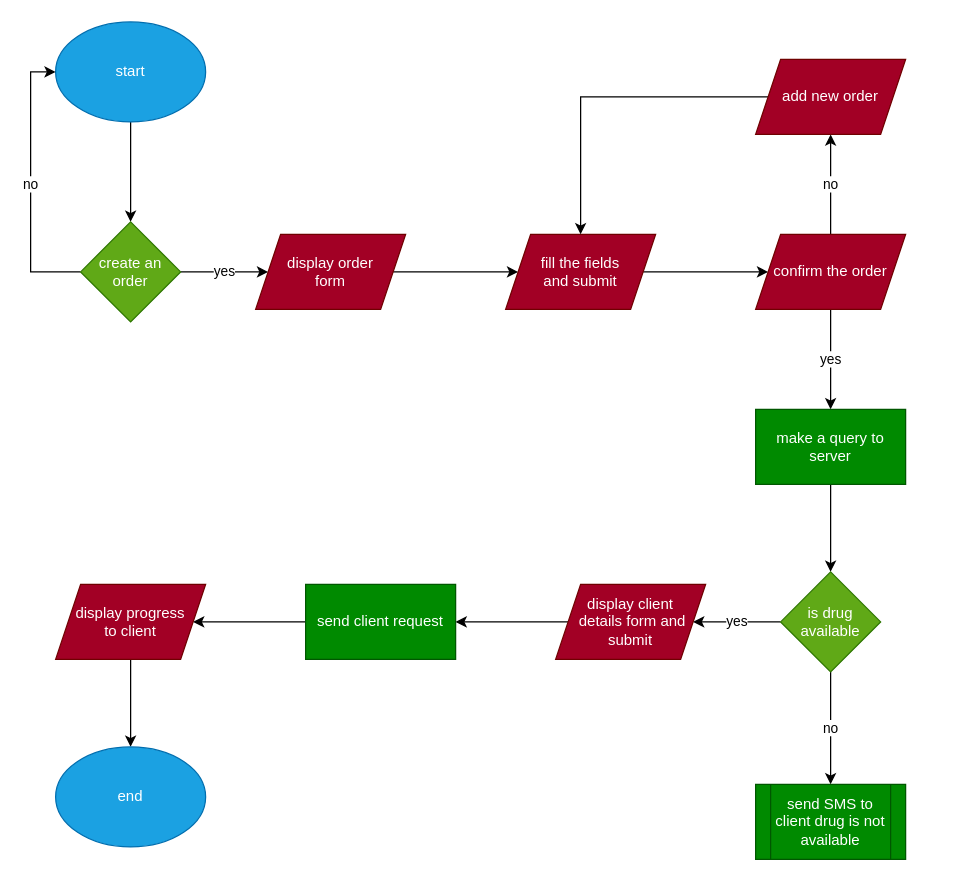
Above: userFlow.drawio in seventhlegion/SE_Diagrams (draw.io), before the change. Source tidied: cells renumbered, new cells numbered last; positions are measured from the earlier drawing's top-left corner, leaving out a move shared by most shapes. Both pictures are drawn from the tidied source at 125%, with x=0, y=0 at pixel (30, 21).
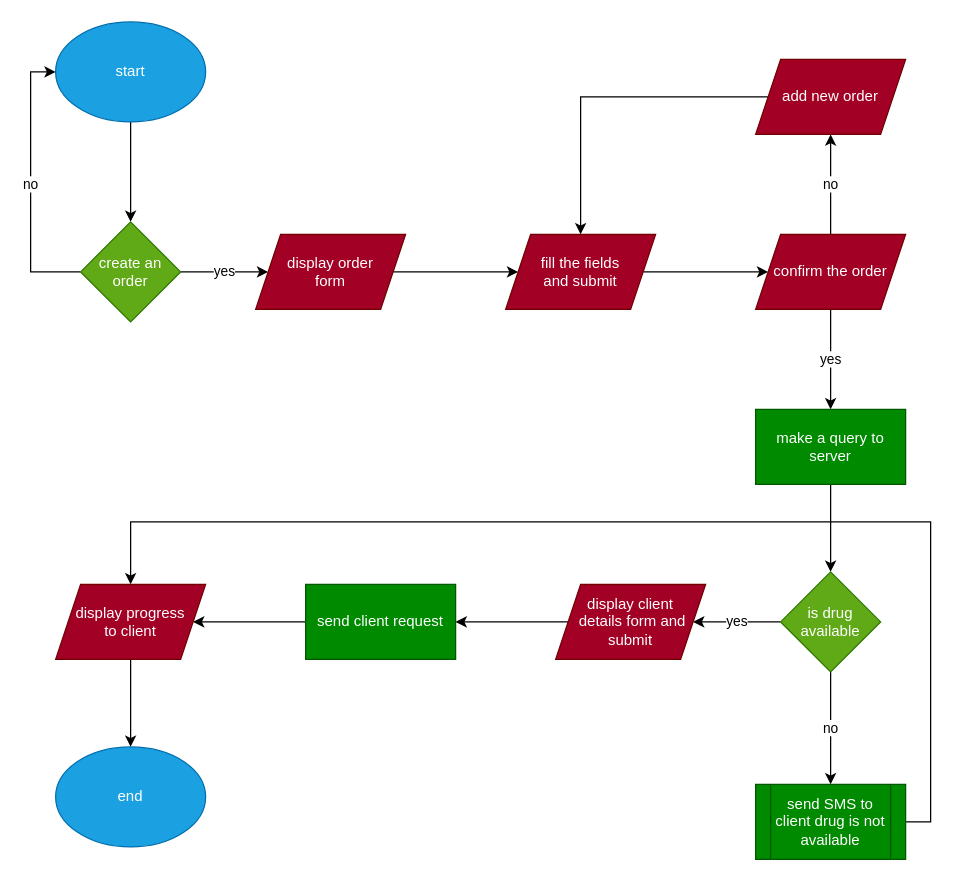
Above is the later version.

Unchanged cells that the change refers to:
```xml
<mxCell id="23" value="send SMS to client drug is not available" style="shape=process;whiteSpace=wrap;html=1;backgroundOutline=1;fillColor=#008a00;strokeColor=#005700;fontColor=#ffffff;" parent="1" vertex="1">
  <mxGeometry x="580" y="610" width="120" height="60" as="geometry" />
</mxCell>
<mxCell id="27" value="display progress&lt;br&gt;to client" style="shape=parallelogram;perimeter=parallelogramPerimeter;whiteSpace=wrap;html=1;fixedSize=1;fillColor=#a20025;strokeColor=#6F0000;fontColor=#ffffff;" parent="1" vertex="1">
  <mxGeometry x="20" y="450" width="120" height="60" as="geometry" />
</mxCell>
```

Change to the diagram source:
```diff
@@
+    <mxCell id="29" style="edgeStyle=orthogonalEdgeStyle;rounded=0;jettySize=auto;html=1;exitX=1;exitY=0.5;exitDx=0;exitDy=0;entryX=0.5;entryY=0;entryDx=0;entryDy=0;" parent="1" edge="1" source="23" target="27">
+      <mxGeometry relative="1" as="geometry">
+        <Array as="points">
+          <mxPoint x="720" y="640" />
+          <mxPoint x="720" y="400" />
+          <mxPoint x="80" y="400" />
+        </Array>
+      </mxGeometry>
+    </mxCell>
```
